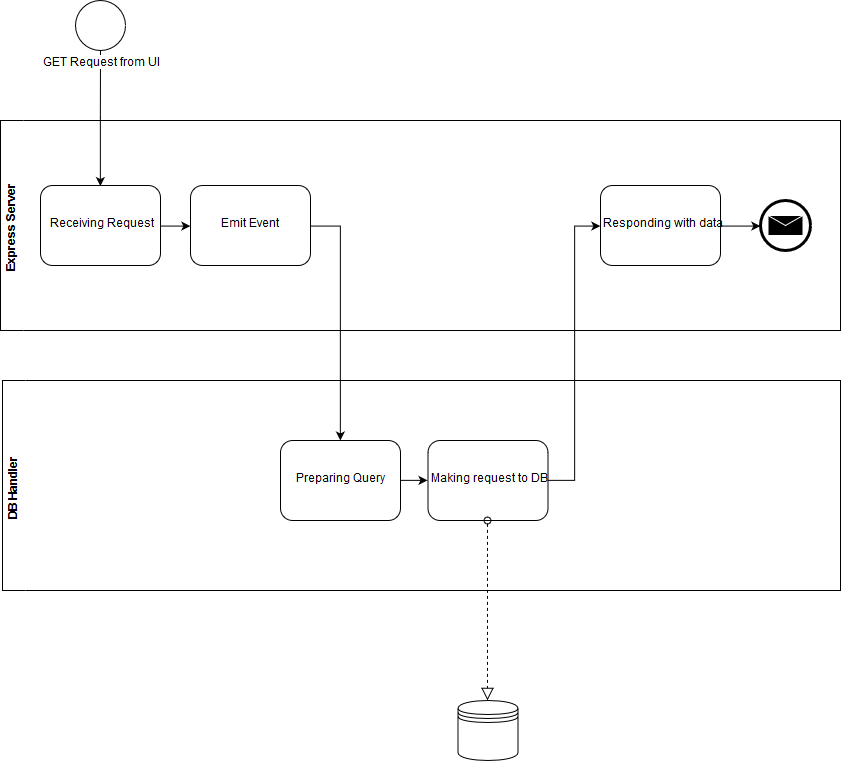
Above: documentation/HHS_GET_Request.png in JacobEberhardt/decentralized-energy-trading (draw.io), before the change. Source tidied: cells renumbered, new cells last; positions are measured from the earlier drawing's top-left corner, leaving out a move shared by most shapes. The source it was exported from:
```xml
<mxGraphModel background="#ffffff">
  <root>
    <mxCell id="0" />
    <mxCell id="1" parent="0" />
    <mxCell id="2" style="edgeStyle=orthogonalEdgeStyle;rounded=0;jettySize=auto;html=1;entryX=0.5;entryY=0;entryDx=0;entryDy=0;" parent="1" edge="1" source="3" target="6">
      <mxGeometry relative="1" as="geometry" />
    </mxCell>
    <mxCell id="3" value="GET Request from UI" style="shape=mxgraph.bpmn.shape;html=1;verticalLabelPosition=bottom;labelBackgroundColor=#ffffff;verticalAlign=top;perimeter=ellipsePerimeter;outline=standard;symbol=general;" parent="1" vertex="1">
      <mxGeometry x="75" width="50" height="50" as="geometry" />
    </mxCell>
    <mxCell id="4" value="&lt;div&gt;Express Server&lt;/div&gt;" style="swimlane;html=1;horizontal=0;swimlaneLine=0;startSize=23;" parent="1" vertex="1">
      <mxGeometry y="120" width="840" height="210" as="geometry" />
    </mxCell>
    <mxCell id="5" style="edgeStyle=orthogonalEdgeStyle;rounded=0;jettySize=auto;html=1;exitX=1;exitY=0.5;exitDx=0;exitDy=0;entryX=0;entryY=0.5;entryDx=0;entryDy=0;" parent="4" edge="1" source="6" target="9">
      <mxGeometry relative="1" as="geometry" />
    </mxCell>
    <mxCell id="6" value="Receiving Request" style="shape=ext;rounded=1;html=1;whiteSpace=wrap;" parent="4" vertex="1">
      <mxGeometry x="40" y="65" width="120" height="80" as="geometry" />
    </mxCell>
    <mxCell id="7" style="edgeStyle=orthogonalEdgeStyle;rounded=0;jettySize=auto;html=1;exitX=1;exitY=0.5;exitDx=0;exitDy=0;entryX=0;entryY=0.5;entryDx=0;entryDy=0;" parent="4" edge="1" source="8" target="10">
      <mxGeometry relative="1" as="geometry" />
    </mxCell>
    <mxCell id="8" value="Responding with data" style="shape=ext;rounded=1;html=1;whiteSpace=wrap;" parent="4" vertex="1">
      <mxGeometry x="600" y="65" width="120" height="80" as="geometry" />
    </mxCell>
    <mxCell id="9" value="Emit Event" style="shape=ext;rounded=1;html=1;whiteSpace=wrap;" parent="4" vertex="1">
      <mxGeometry x="190" y="65" width="120" height="80" as="geometry" />
    </mxCell>
    <mxCell id="10" style="shape=mxgraph.bpmn.shape;html=1;verticalLabelPosition=bottom;labelBackgroundColor=#ffffff;verticalAlign=top;align=center;perimeter=ellipsePerimeter;outlineConnect=0;outline=end;symbol=message;" parent="4" vertex="1">
      <mxGeometry x="760" y="80" width="50" height="50" as="geometry" />
    </mxCell>
    <mxCell id="11" value="&lt;div&gt;DB Handler&lt;/div&gt;" style="swimlane;html=1;horizontal=0;swimlaneLine=0;" parent="1" vertex="1">
      <mxGeometry x="2" y="380" width="838" height="210" as="geometry" />
    </mxCell>
    <mxCell id="12" value="Preparing Query" style="shape=ext;rounded=1;html=1;whiteSpace=wrap;" parent="11" vertex="1">
      <mxGeometry x="278" y="60" width="120" height="80" as="geometry" />
    </mxCell>
    <mxCell id="13" value="Making request to DB" style="shape=ext;rounded=1;html=1;whiteSpace=wrap;" parent="11" vertex="1">
      <mxGeometry x="425.5" y="60" width="120" height="80" as="geometry" />
    </mxCell>
    <mxCell id="14" style="edgeStyle=orthogonalEdgeStyle;rounded=0;jettySize=auto;html=1;exitX=1;exitY=0.5;exitDx=0;exitDy=0;entryX=0;entryY=0.5;entryDx=0;entryDy=0;" parent="11" edge="1" source="12" target="13">
      <mxGeometry relative="1" as="geometry" />
    </mxCell>
    <mxCell id="15" style="shape=datastore;whiteSpace=wrap;html=1;" parent="1" vertex="1">
      <mxGeometry x="457.5" y="700" width="60" height="60" as="geometry" />
    </mxCell>
    <mxCell id="16" style="startArrow=oval;startFill=0;startSize=7;endArrow=block;endFill=0;endSize=10;dashed=1;html=1;exitX=0.5;exitY=1;exitDx=0;exitDy=0;entryX=0.5;entryY=0;entryDx=0;entryDy=0;" parent="1" edge="1" source="13" target="15">
      <mxGeometry relative="1" as="geometry" />
    </mxCell>
    <mxCell id="17" style="edgeStyle=orthogonalEdgeStyle;rounded=0;jettySize=auto;html=1;exitX=1;exitY=0.5;exitDx=0;exitDy=0;" parent="1" edge="1" source="9" target="12">
      <mxGeometry relative="1" as="geometry" />
    </mxCell>
    <mxCell id="18" style="edgeStyle=orthogonalEdgeStyle;rounded=0;jettySize=auto;html=1;exitX=1;exitY=0.5;exitDx=0;exitDy=0;entryX=0;entryY=0.5;entryDx=0;entryDy=0;" parent="1" edge="1" source="13" target="8">
      <mxGeometry relative="1" as="geometry" />
    </mxCell>
  </root>
</mxGraphModel>
```
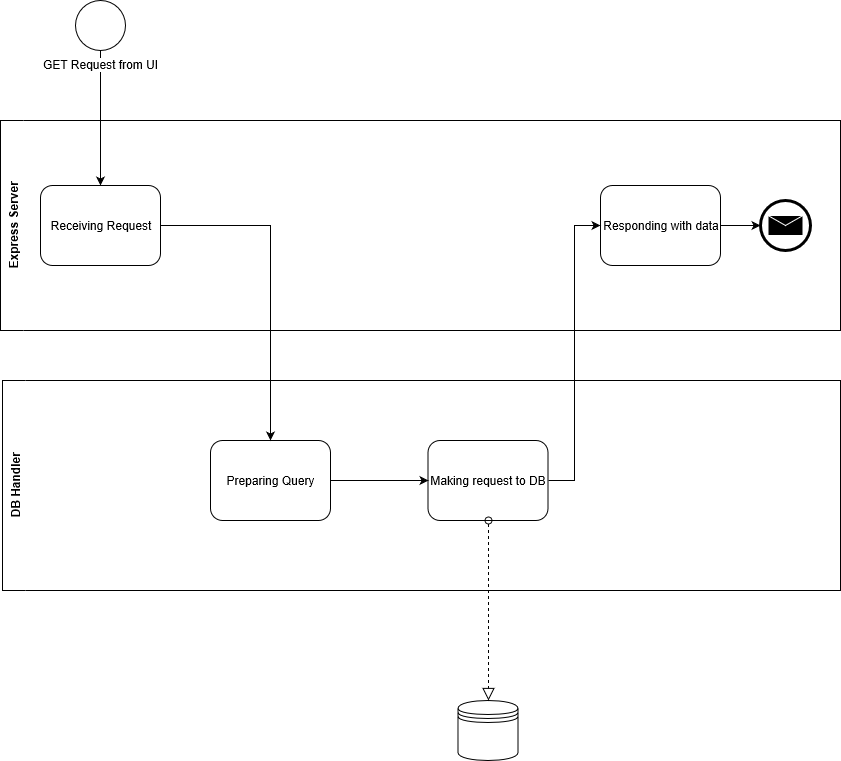
The same diagram one commit later.

Commit message:
Update Flow Charts for GET and PUT

The edit, as a diff of the source:
```diff
@@ -11,9 +11,6 @@
     <mxCell id="4" value="&lt;div&gt;Express Server&lt;/div&gt;" style="swimlane;html=1;horizontal=0;swimlaneLine=0;startSize=23;" parent="1" vertex="1">
       <mxGeometry y="120" width="840" height="210" as="geometry" />
     </mxCell>
-    <mxCell id="5" style="edgeStyle=orthogonalEdgeStyle;rounded=0;jettySize=auto;html=1;exitX=1;exitY=0.5;exitDx=0;exitDy=0;entryX=0;entryY=0.5;entryDx=0;entryDy=0;" parent="4" edge="1" source="6" target="9">
-      <mxGeometry relative="1" as="geometry" />
-    </mxCell>
     <mxCell id="6" value="Receiving Request" style="shape=ext;rounded=1;html=1;whiteSpace=wrap;" parent="4" vertex="1">
       <mxGeometry x="40" y="65" width="120" height="80" as="geometry" />
     </mxCell>
@@ -23,9 +20,6 @@
     <mxCell id="8" value="Responding with data" style="shape=ext;rounded=1;html=1;whiteSpace=wrap;" parent="4" vertex="1">
       <mxGeometry x="600" y="65" width="120" height="80" as="geometry" />
     </mxCell>
-    <mxCell id="9" value="Emit Event" style="shape=ext;rounded=1;html=1;whiteSpace=wrap;" parent="4" vertex="1">
-      <mxGeometry x="190" y="65" width="120" height="80" as="geometry" />
-    </mxCell>
     <mxCell id="10" style="shape=mxgraph.bpmn.shape;html=1;verticalLabelPosition=bottom;labelBackgroundColor=#ffffff;verticalAlign=top;align=center;perimeter=ellipsePerimeter;outlineConnect=0;outline=end;symbol=message;" parent="4" vertex="1">
       <mxGeometry x="760" y="80" width="50" height="50" as="geometry" />
     </mxCell>
@@ -33,7 +27,7 @@
       <mxGeometry x="2" y="380" width="838" height="210" as="geometry" />
     </mxCell>
     <mxCell id="12" value="Preparing Query" style="shape=ext;rounded=1;html=1;whiteSpace=wrap;" parent="11" vertex="1">
-      <mxGeometry x="278" y="60" width="120" height="80" as="geometry" />
+      <mxGeometry x="208" y="60" width="120" height="80" as="geometry" />
     </mxCell>
     <mxCell id="13" value="Making request to DB" style="shape=ext;rounded=1;html=1;whiteSpace=wrap;" parent="11" vertex="1">
       <mxGeometry x="425.5" y="60" width="120" height="80" as="geometry" />
@@ -47,7 +41,7 @@
     <mxCell id="16" style="startArrow=oval;startFill=0;startSize=7;endArrow=block;endFill=0;endSize=10;dashed=1;html=1;exitX=0.5;exitY=1;exitDx=0;exitDy=0;entryX=0.5;entryY=0;entryDx=0;entryDy=0;" parent="1" edge="1" source="13" target="15">
       <mxGeometry relative="1" as="geometry" />
     </mxCell>
-    <mxCell id="17" style="edgeStyle=orthogonalEdgeStyle;rounded=0;jettySize=auto;html=1;exitX=1;exitY=0.5;exitDx=0;exitDy=0;" parent="1" edge="1" source="9" target="12">
+    <mxCell id="17" style="edgeStyle=orthogonalEdgeStyle;rounded=0;jettySize=auto;html=1;exitX=1;exitY=0.5;exitDx=0;exitDy=0;" parent="1" edge="1" source="6" target="12">
       <mxGeometry relative="1" as="geometry" />
     </mxCell>
     <mxCell id="18" style="edgeStyle=orthogonalEdgeStyle;rounded=0;jettySize=auto;html=1;exitX=1;exitY=0.5;exitDx=0;exitDy=0;entryX=0;entryY=0.5;entryDx=0;entryDy=0;" parent="1" edge="1" source="13" target="8">
```
